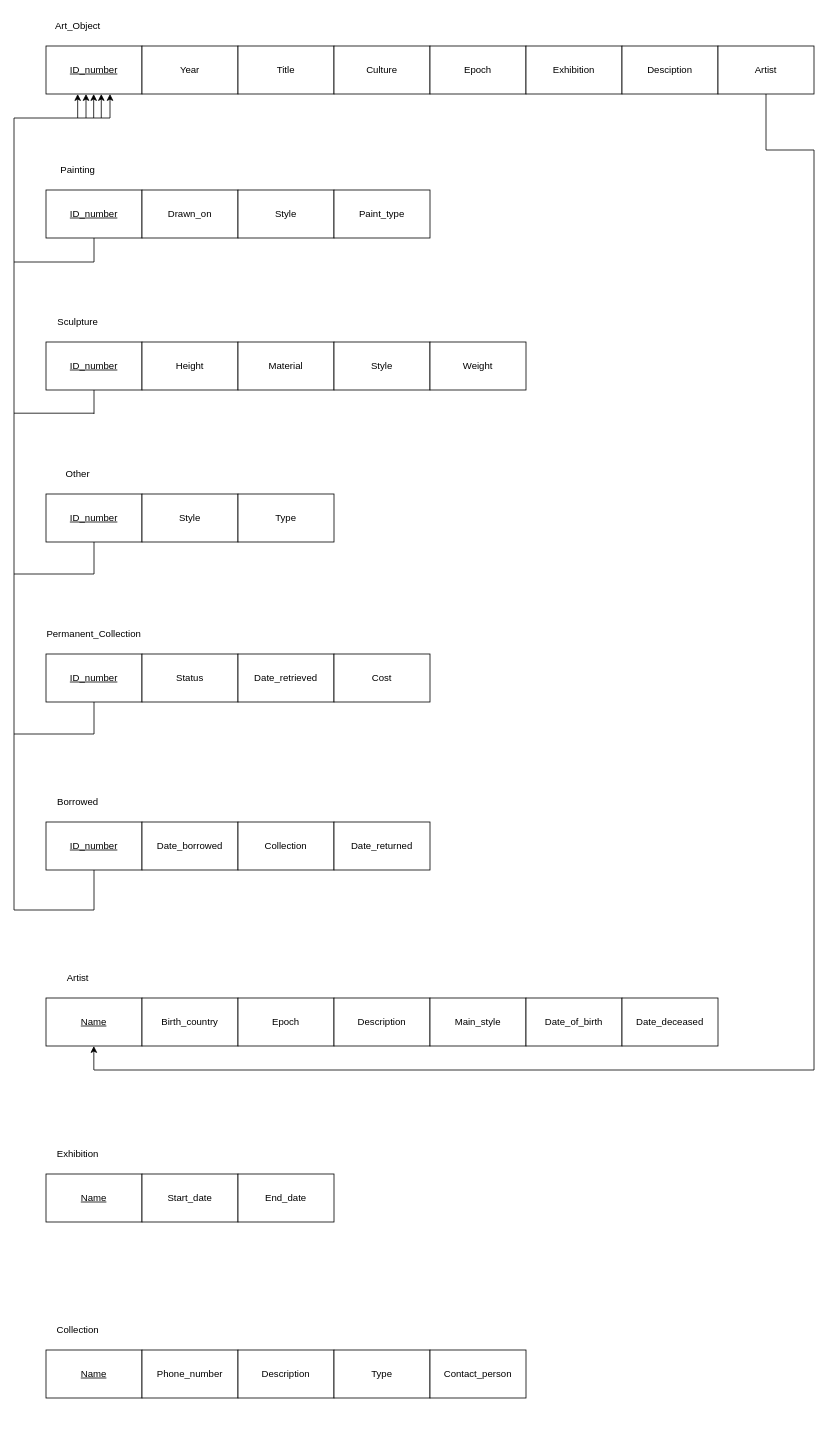
This is EERD.drawio from ENSF-300-F23/museum-project-l03-35, a draw.io file, before an edit. Source tidied: cells renumbered, new cells numbered last; positions are measured from the earlier drawing's top-left corner, leaving out a move shared by most shapes. Both pictures are drawn from the tidied source at 80%, with x=0, y=0 at pixel (14, 14).
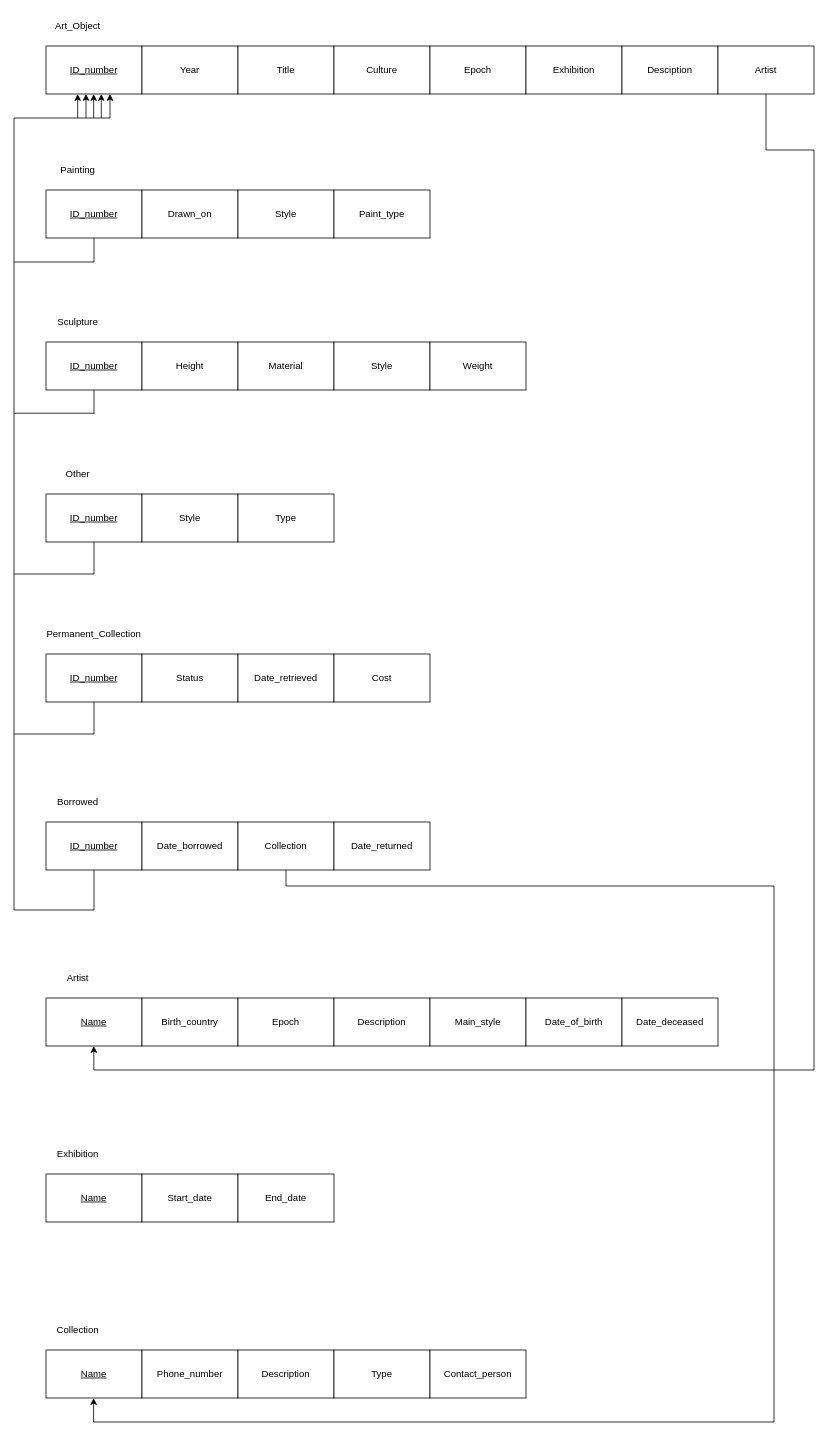
The same diagram, later.

Commit message:
Added foreign key connection calling collection name from "Collection" to "Borrowed"

Unchanged cells that the change refers to:
```xml
<mxCell id="29" value="Collection" style="rounded=0;whiteSpace=wrap;html=1;" parent="1" vertex="1">
  <mxGeometry x="280" y="1010" width="120" height="60" as="geometry" />
</mxCell>
```

What changed in the source:
```diff
@@
+    <mxCell id="77" style="endArrow=classic;html=1;rounded=0;" parent="1" edge="1">
+      <mxGeometry relative="1" as="geometry">
+        <mxPoint x="99.5" y="1760" as="sourcePoint" />
+        <mxPoint x="99.5" y="1730" as="targetPoint" />
+      </mxGeometry>
+    </mxCell>
+    <mxCell id="78" style="endArrow=none;html=1;rounded=0;" parent="1" edge="1">
+      <mxGeometry relative="1" as="geometry">
+        <mxPoint x="100" y="1760" as="sourcePoint" />
+        <mxPoint x="950" y="1760" as="targetPoint" />
+      </mxGeometry>
+    </mxCell>
+    <mxCell id="79" style="endArrow=none;html=1;rounded=0;" parent="1" edge="1">
+      <mxGeometry relative="1" as="geometry">
+        <mxPoint x="950" y="1760" as="sourcePoint" />
+        <mxPoint x="950" y="1090" as="targetPoint" />
+      </mxGeometry>
+    </mxCell>
+    <mxCell id="80" style="endArrow=none;html=1;rounded=0;" parent="1" edge="1">
+      <mxGeometry relative="1" as="geometry">
+        <mxPoint x="340" y="1090" as="sourcePoint" />
+        <mxPoint x="950" y="1090" as="targetPoint" />
+      </mxGeometry>
+    </mxCell>
+    <mxCell id="81" style="endArrow=none;html=1;rounded=0;entryX=0.5;entryY=1;entryDx=0;entryDy=0;" parent="1" edge="1" target="29">
+      <mxGeometry relative="1" as="geometry">
+        <mxPoint x="340" y="1090" as="sourcePoint" />
+      </mxGeometry>
+    </mxCell>
```
